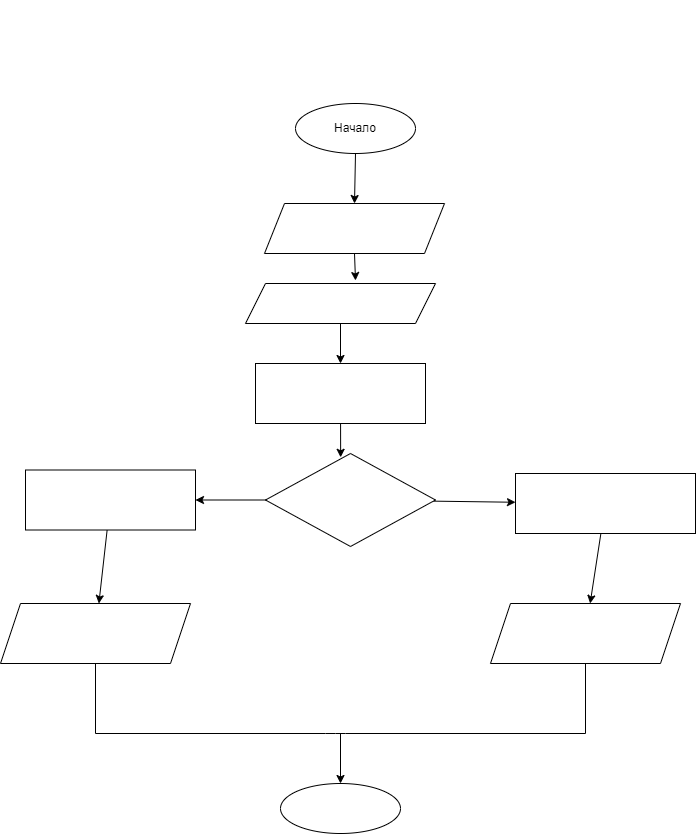
Above: Task15/.drawio.png in Tanyavers/HW (draw.io), before the change. Source tidied: cells renumbered, new cells last; positions are measured from the earlier drawing's top-left corner, leaving out a move shared by most shapes. The source it was exported from:
```xml
<mxGraphModel>
  <root>
    <mxCell id="0" />
    <mxCell id="1" parent="0" />
    <mxCell id="2" value="&lt;div style=&quot;font-family: &amp;#34;consolas&amp;#34; , &amp;#34;courier new&amp;#34; , monospace ; font-size: 14px ; line-height: 19px&quot;&gt;&lt;div style=&quot;font-family: &amp;#34;consolas&amp;#34; , &amp;#34;courier new&amp;#34; , monospace ; line-height: 19px&quot;&gt;&lt;font color=&quot;#ffffff&quot;&gt;Задача 15: Напишите программу, которая принимает на вход цифру, обозначающую день недели, и проверяет, является ли этот день выходным.&lt;/font&gt;&lt;/div&gt;&lt;/div&gt;" style="text;html=1;strokeColor=none;fillColor=none;align=center;verticalAlign=middle;whiteSpace=wrap;rounded=0;" parent="1" vertex="1">
      <mxGeometry x="155" width="390" height="30" as="geometry" />
    </mxCell>
    <mxCell id="3" style="edgeStyle=none;html=1;exitX=0.5;exitY=1;exitDx=0;exitDy=0;entryX=0.5;entryY=0;entryDx=0;entryDy=0;fontColor=#FFFFFF;" parent="1" edge="1" source="4" target="6">
      <mxGeometry relative="1" as="geometry" />
    </mxCell>
    <mxCell id="4" value="Начало" style="ellipse;whiteSpace=wrap;html=1;" parent="1" vertex="1">
      <mxGeometry x="295" y="90" width="120" height="50" as="geometry" />
    </mxCell>
    <mxCell id="5" style="edgeStyle=none;html=1;exitX=0.5;exitY=1;exitDx=0;exitDy=0;entryX=0.579;entryY=-0.075;entryDx=0;entryDy=0;entryPerimeter=0;fontColor=#FFFFFF;" parent="1" edge="1" source="6" target="8">
      <mxGeometry relative="1" as="geometry" />
    </mxCell>
    <mxCell id="6" value="&lt;font color=&quot;#ffffff&quot;&gt;Вывод&lt;br&gt;Введите цифру&lt;/font&gt;" style="shape=parallelogram;perimeter=parallelogramPerimeter;whiteSpace=wrap;html=1;fixedSize=1;" parent="1" vertex="1">
      <mxGeometry x="264" y="190" width="180" height="50" as="geometry" />
    </mxCell>
    <mxCell id="7" style="edgeStyle=none;html=1;exitX=0.5;exitY=1;exitDx=0;exitDy=0;entryX=0.5;entryY=0;entryDx=0;entryDy=0;fontColor=#FFFFFF;" parent="1" edge="1" source="8" target="10">
      <mxGeometry relative="1" as="geometry" />
    </mxCell>
    <mxCell id="8" value="Ввод&lt;br&gt;a" style="shape=parallelogram;perimeter=parallelogramPerimeter;whiteSpace=wrap;html=1;fixedSize=1;labelBackgroundColor=none;fontColor=#FFFFFF;" parent="1" vertex="1">
      <mxGeometry x="245" y="270" width="190" height="40" as="geometry" />
    </mxCell>
    <mxCell id="9" style="edgeStyle=none;html=1;entryX=0.442;entryY=0.041;entryDx=0;entryDy=0;entryPerimeter=0;fontColor=#FFFFFF;" parent="1" edge="1" source="10" target="15">
      <mxGeometry relative="1" as="geometry" />
    </mxCell>
    <mxCell id="10" value="&lt;div style=&quot;font-family: &amp;#34;consolas&amp;#34; , &amp;#34;courier new&amp;#34; , monospace ; font-size: 14px ; line-height: 19px&quot;&gt;b = int.Parse(a)&lt;/div&gt;" style="rounded=0;whiteSpace=wrap;html=1;labelBackgroundColor=none;fontColor=#FFFFFF;" parent="1" vertex="1">
      <mxGeometry x="255" y="350" width="170" height="60" as="geometry" />
    </mxCell>
    <mxCell id="11" value="Вывод&lt;br&gt;c" style="shape=parallelogram;perimeter=parallelogramPerimeter;whiteSpace=wrap;html=1;fixedSize=1;labelBackgroundColor=none;fontColor=#FFFFFF;" parent="1" vertex="1">
      <mxGeometry y="590" width="190" height="60" as="geometry" />
    </mxCell>
    <mxCell id="12" value="Конец" style="ellipse;whiteSpace=wrap;html=1;labelBackgroundColor=none;fontColor=#FFFFFF;" parent="1" vertex="1">
      <mxGeometry x="280" y="770" width="120" height="50" as="geometry" />
    </mxCell>
    <mxCell id="13" style="edgeStyle=none;html=1;entryX=1;entryY=0.5;entryDx=0;entryDy=0;fontColor=#FFFFFF;" parent="1" edge="1" source="15" target="19">
      <mxGeometry relative="1" as="geometry" />
    </mxCell>
    <mxCell id="14" style="edgeStyle=none;html=1;fontColor=#FFFFFF;" parent="1" edge="1" source="15" target="22">
      <mxGeometry relative="1" as="geometry" />
    </mxCell>
    <mxCell id="15" value="&lt;div style=&quot;font-family: &amp;#34;consolas&amp;#34; , &amp;#34;courier new&amp;#34; , monospace ; font-size: 14px ; line-height: 19px&quot;&gt;&lt;div style=&quot;font-family: &amp;#34;consolas&amp;#34; , &amp;#34;courier new&amp;#34; , monospace ; line-height: 19px&quot;&gt;&lt;font color=&quot;#ffffff&quot;&gt;b=6 or b=7&lt;/font&gt;&lt;/div&gt;&lt;/div&gt;" style="rhombus;whiteSpace=wrap;html=1;" parent="1" vertex="1">
      <mxGeometry x="265" y="440" width="170" height="93" as="geometry" />
    </mxCell>
    <mxCell id="16" value="Yes" style="text;html=1;strokeColor=none;fillColor=none;align=center;verticalAlign=middle;whiteSpace=wrap;rounded=0;labelBackgroundColor=none;fontColor=#FFFFFF;" parent="1" vertex="1">
      <mxGeometry x="235" y="435" width="60" height="30" as="geometry" />
    </mxCell>
    <mxCell id="17" value="No" style="text;html=1;align=center;verticalAlign=middle;strokeColor=none;fillColor=none;fontColor=#FFFFFF;" parent="1" vertex="1">
      <mxGeometry x="415" y="440" width="30" height="20" as="geometry" />
    </mxCell>
    <mxCell id="18" style="edgeStyle=none;html=1;fontColor=#FFFFFF;" parent="1" edge="1" source="19" target="11">
      <mxGeometry relative="1" as="geometry" />
    </mxCell>
    <mxCell id="19" value="&lt;div style=&quot;font-family: &amp;#34;consolas&amp;#34; , &amp;#34;courier new&amp;#34; , monospace ; font-size: 14px ; line-height: 19px&quot;&gt;&lt;div style=&quot;font-family: &amp;#34;consolas&amp;#34; , &amp;#34;courier new&amp;#34; , monospace ; line-height: 19px&quot;&gt;string c = a+&quot; -&amp;gt; Да&quot;&lt;/div&gt;&lt;/div&gt;" style="rounded=0;whiteSpace=wrap;html=1;labelBackgroundColor=none;fontColor=#FFFFFF;" parent="1" vertex="1">
      <mxGeometry x="25" y="456.5" width="170" height="60" as="geometry" />
    </mxCell>
    <mxCell id="20" value="Вывод&lt;br&gt;c" style="shape=parallelogram;perimeter=parallelogramPerimeter;whiteSpace=wrap;html=1;fixedSize=1;labelBackgroundColor=none;fontColor=#FFFFFF;" parent="1" vertex="1">
      <mxGeometry x="490" y="590" width="190" height="60" as="geometry" />
    </mxCell>
    <mxCell id="21" style="edgeStyle=none;html=1;fontColor=#FFFFFF;" parent="1" edge="1" source="22" target="20">
      <mxGeometry relative="1" as="geometry" />
    </mxCell>
    <mxCell id="22" value="&lt;div style=&quot;font-family: &amp;#34;consolas&amp;#34; , &amp;#34;courier new&amp;#34; , monospace ; font-size: 14px ; line-height: 19px&quot;&gt;&lt;div style=&quot;font-family: &amp;#34;consolas&amp;#34; , &amp;#34;courier new&amp;#34; , monospace ; line-height: 19px&quot;&gt;&lt;div style=&quot;font-family: &amp;#34;consolas&amp;#34; , &amp;#34;courier new&amp;#34; , monospace ; line-height: 19px&quot;&gt;string c = a+&quot; -&amp;gt; Нет&quot;&lt;/div&gt;&lt;/div&gt;&lt;/div&gt;" style="rounded=0;whiteSpace=wrap;html=1;labelBackgroundColor=none;fontColor=#FFFFFF;" parent="1" vertex="1">
      <mxGeometry x="515" y="460" width="180" height="60" as="geometry" />
    </mxCell>
    <mxCell id="23" style="endArrow=none;html=1;fontColor=#FFFFFF;entryX=0.5;entryY=1;entryDx=0;entryDy=0;" parent="1" edge="1" target="11">
      <mxGeometry relative="1" as="geometry">
        <mxPoint x="95" y="720" as="sourcePoint" />
      </mxGeometry>
    </mxCell>
    <mxCell id="24" style="endArrow=none;html=1;fontColor=#FFFFFF;entryX=0.5;entryY=1;entryDx=0;entryDy=0;" parent="1" edge="1" target="20">
      <mxGeometry relative="1" as="geometry">
        <mxPoint x="585" y="720" as="sourcePoint" />
      </mxGeometry>
    </mxCell>
    <mxCell id="25" style="endArrow=none;html=1;fontColor=#FFFFFF;" parent="1" edge="1">
      <mxGeometry relative="1" as="geometry">
        <mxPoint x="95" y="720" as="sourcePoint" />
        <mxPoint x="585" y="720" as="targetPoint" />
        <Array as="points">
          <mxPoint x="335" y="720" />
        </Array>
      </mxGeometry>
    </mxCell>
    <mxCell id="26" style="endArrow=classic;html=1;fontColor=#FFFFFF;entryX=0.5;entryY=0;entryDx=0;entryDy=0;" parent="1" edge="1" target="12">
      <mxGeometry relative="1" as="geometry">
        <mxPoint x="340" y="720" as="sourcePoint" />
      </mxGeometry>
    </mxCell>
  </root>
</mxGraphModel>
```
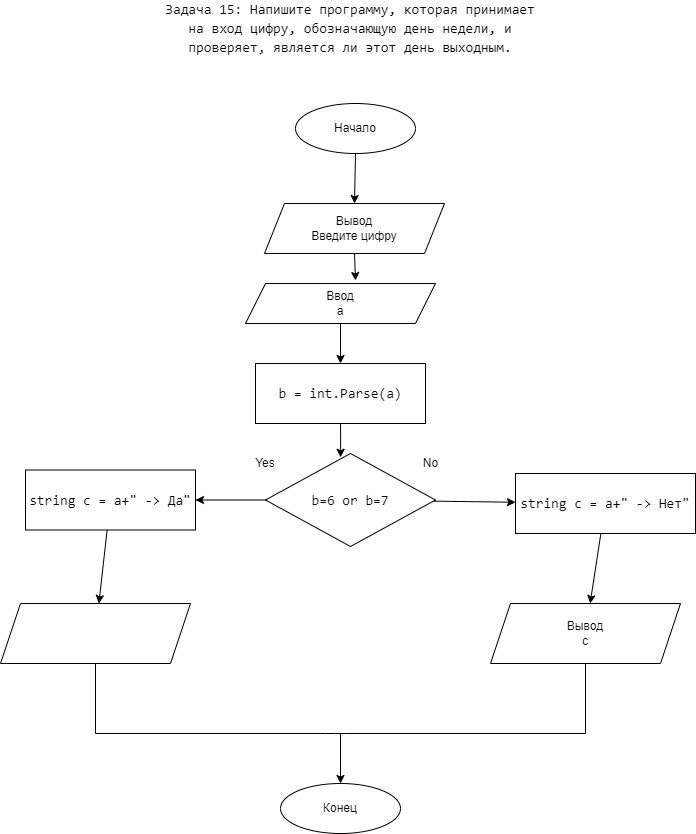
The same file after the commit.

Diff of the diagram source:
```diff
@@ -2,80 +2,80 @@
   <root>
     <mxCell id="0" />
     <mxCell id="1" parent="0" />
-    <mxCell id="2" value="&lt;div style=&quot;font-family: &amp;#34;consolas&amp;#34; , &amp;#34;courier new&amp;#34; , monospace ; font-size: 14px ; line-height: 19px&quot;&gt;&lt;div style=&quot;font-family: &amp;#34;consolas&amp;#34; , &amp;#34;courier new&amp;#34; , monospace ; line-height: 19px&quot;&gt;&lt;font color=&quot;#ffffff&quot;&gt;Задача 15: Напишите программу, которая принимает на вход цифру, обозначающую день недели, и проверяет, является ли этот день выходным.&lt;/font&gt;&lt;/div&gt;&lt;/div&gt;" style="text;html=1;strokeColor=none;fillColor=none;align=center;verticalAlign=middle;whiteSpace=wrap;rounded=0;" parent="1" vertex="1">
+    <mxCell id="2" value="&lt;div style=&quot;font-family: &amp;quot;consolas&amp;quot; , &amp;quot;courier new&amp;quot; , monospace ; font-size: 14px ; line-height: 19px&quot;&gt;&lt;div style=&quot;font-family: &amp;quot;consolas&amp;quot; , &amp;quot;courier new&amp;quot; , monospace ; line-height: 19px&quot;&gt;&lt;font&gt;Задача 15: Напишите программу, которая принимает на вход цифру, обозначающую день недели, и проверяет, является ли этот день выходным.&lt;/font&gt;&lt;/div&gt;&lt;/div&gt;" style="text;html=1;strokeColor=none;fillColor=none;align=center;verticalAlign=middle;whiteSpace=wrap;rounded=0;fontColor=#000000;" parent="1" vertex="1">
       <mxGeometry x="155" width="390" height="30" as="geometry" />
     </mxCell>
-    <mxCell id="3" style="edgeStyle=none;html=1;exitX=0.5;exitY=1;exitDx=0;exitDy=0;entryX=0.5;entryY=0;entryDx=0;entryDy=0;fontColor=#FFFFFF;" parent="1" edge="1" source="4" target="6">
+    <mxCell id="3" style="edgeStyle=none;html=1;exitX=0.5;exitY=1;exitDx=0;exitDy=0;entryX=0.5;entryY=0;entryDx=0;entryDy=0;fontColor=#000000;" parent="1" edge="1" source="4" target="6">
       <mxGeometry relative="1" as="geometry" />
     </mxCell>
-    <mxCell id="4" value="Начало" style="ellipse;whiteSpace=wrap;html=1;" parent="1" vertex="1">
+    <mxCell id="4" value="Начало" style="ellipse;whiteSpace=wrap;html=1;fontColor=#000000;" parent="1" vertex="1">
       <mxGeometry x="295" y="90" width="120" height="50" as="geometry" />
     </mxCell>
-    <mxCell id="5" style="edgeStyle=none;html=1;exitX=0.5;exitY=1;exitDx=0;exitDy=0;entryX=0.579;entryY=-0.075;entryDx=0;entryDy=0;entryPerimeter=0;fontColor=#FFFFFF;" parent="1" edge="1" source="6" target="8">
+    <mxCell id="5" style="edgeStyle=none;html=1;exitX=0.5;exitY=1;exitDx=0;exitDy=0;entryX=0.579;entryY=-0.075;entryDx=0;entryDy=0;entryPerimeter=0;fontColor=#000000;" parent="1" edge="1" source="6" target="8">
       <mxGeometry relative="1" as="geometry" />
     </mxCell>
-    <mxCell id="6" value="&lt;font color=&quot;#ffffff&quot;&gt;Вывод&lt;br&gt;Введите цифру&lt;/font&gt;" style="shape=parallelogram;perimeter=parallelogramPerimeter;whiteSpace=wrap;html=1;fixedSize=1;" parent="1" vertex="1">
+    <mxCell id="6" value="&lt;font&gt;Вывод&lt;br&gt;Введите цифру&lt;/font&gt;" style="shape=parallelogram;perimeter=parallelogramPerimeter;whiteSpace=wrap;html=1;fixedSize=1;fontColor=#000000;" parent="1" vertex="1">
       <mxGeometry x="264" y="190" width="180" height="50" as="geometry" />
     </mxCell>
-    <mxCell id="7" style="edgeStyle=none;html=1;exitX=0.5;exitY=1;exitDx=0;exitDy=0;entryX=0.5;entryY=0;entryDx=0;entryDy=0;fontColor=#FFFFFF;" parent="1" edge="1" source="8" target="10">
+    <mxCell id="7" style="edgeStyle=none;html=1;exitX=0.5;exitY=1;exitDx=0;exitDy=0;entryX=0.5;entryY=0;entryDx=0;entryDy=0;fontColor=#000000;" parent="1" edge="1" source="8" target="10">
       <mxGeometry relative="1" as="geometry" />
     </mxCell>
-    <mxCell id="8" value="Ввод&lt;br&gt;a" style="shape=parallelogram;perimeter=parallelogramPerimeter;whiteSpace=wrap;html=1;fixedSize=1;labelBackgroundColor=none;fontColor=#FFFFFF;" parent="1" vertex="1">
+    <mxCell id="8" value="Ввод&lt;br&gt;a" style="shape=parallelogram;perimeter=parallelogramPerimeter;whiteSpace=wrap;html=1;fixedSize=1;labelBackgroundColor=none;fontColor=#000000;" parent="1" vertex="1">
       <mxGeometry x="245" y="270" width="190" height="40" as="geometry" />
     </mxCell>
-    <mxCell id="9" style="edgeStyle=none;html=1;entryX=0.442;entryY=0.041;entryDx=0;entryDy=0;entryPerimeter=0;fontColor=#FFFFFF;" parent="1" edge="1" source="10" target="15">
+    <mxCell id="9" style="edgeStyle=none;html=1;entryX=0.442;entryY=0.041;entryDx=0;entryDy=0;entryPerimeter=0;fontColor=#000000;" parent="1" edge="1" source="10" target="15">
       <mxGeometry relative="1" as="geometry" />
     </mxCell>
-    <mxCell id="10" value="&lt;div style=&quot;font-family: &amp;#34;consolas&amp;#34; , &amp;#34;courier new&amp;#34; , monospace ; font-size: 14px ; line-height: 19px&quot;&gt;b = int.Parse(a)&lt;/div&gt;" style="rounded=0;whiteSpace=wrap;html=1;labelBackgroundColor=none;fontColor=#FFFFFF;" parent="1" vertex="1">
+    <mxCell id="10" value="&lt;div style=&quot;font-family: &amp;quot;consolas&amp;quot; , &amp;quot;courier new&amp;quot; , monospace ; font-size: 14px ; line-height: 19px&quot;&gt;b = int.Parse(a)&lt;/div&gt;" style="rounded=0;whiteSpace=wrap;html=1;labelBackgroundColor=none;fontColor=#000000;" parent="1" vertex="1">
       <mxGeometry x="255" y="350" width="170" height="60" as="geometry" />
     </mxCell>
     <mxCell id="11" value="Вывод&lt;br&gt;c" style="shape=parallelogram;perimeter=parallelogramPerimeter;whiteSpace=wrap;html=1;fixedSize=1;labelBackgroundColor=none;fontColor=#FFFFFF;" parent="1" vertex="1">
       <mxGeometry y="590" width="190" height="60" as="geometry" />
     </mxCell>
-    <mxCell id="12" value="Конец" style="ellipse;whiteSpace=wrap;html=1;labelBackgroundColor=none;fontColor=#FFFFFF;" parent="1" vertex="1">
+    <mxCell id="12" value="Конец" style="ellipse;whiteSpace=wrap;html=1;labelBackgroundColor=none;fontColor=#000000;" parent="1" vertex="1">
       <mxGeometry x="280" y="770" width="120" height="50" as="geometry" />
     </mxCell>
-    <mxCell id="13" style="edgeStyle=none;html=1;entryX=1;entryY=0.5;entryDx=0;entryDy=0;fontColor=#FFFFFF;" parent="1" edge="1" source="15" target="19">
+    <mxCell id="13" style="edgeStyle=none;html=1;entryX=1;entryY=0.5;entryDx=0;entryDy=0;fontColor=#000000;" parent="1" edge="1" source="15" target="19">
       <mxGeometry relative="1" as="geometry" />
     </mxCell>
-    <mxCell id="14" style="edgeStyle=none;html=1;fontColor=#FFFFFF;" parent="1" edge="1" source="15" target="22">
+    <mxCell id="14" style="edgeStyle=none;html=1;fontColor=#000000;" parent="1" edge="1" source="15" target="22">
       <mxGeometry relative="1" as="geometry" />
     </mxCell>
-    <mxCell id="15" value="&lt;div style=&quot;font-family: &amp;#34;consolas&amp;#34; , &amp;#34;courier new&amp;#34; , monospace ; font-size: 14px ; line-height: 19px&quot;&gt;&lt;div style=&quot;font-family: &amp;#34;consolas&amp;#34; , &amp;#34;courier new&amp;#34; , monospace ; line-height: 19px&quot;&gt;&lt;font color=&quot;#ffffff&quot;&gt;b=6 or b=7&lt;/font&gt;&lt;/div&gt;&lt;/div&gt;" style="rhombus;whiteSpace=wrap;html=1;" parent="1" vertex="1">
+    <mxCell id="15" value="&lt;div style=&quot;font-family: &amp;quot;consolas&amp;quot; , &amp;quot;courier new&amp;quot; , monospace ; font-size: 14px ; line-height: 19px&quot;&gt;&lt;div style=&quot;font-family: &amp;quot;consolas&amp;quot; , &amp;quot;courier new&amp;quot; , monospace ; line-height: 19px&quot;&gt;&lt;font&gt;b=6 or b=7&lt;/font&gt;&lt;/div&gt;&lt;/div&gt;" style="rhombus;whiteSpace=wrap;html=1;fontColor=#000000;" parent="1" vertex="1">
       <mxGeometry x="265" y="440" width="170" height="93" as="geometry" />
     </mxCell>
-    <mxCell id="16" value="Yes" style="text;html=1;strokeColor=none;fillColor=none;align=center;verticalAlign=middle;whiteSpace=wrap;rounded=0;labelBackgroundColor=none;fontColor=#FFFFFF;" parent="1" vertex="1">
+    <mxCell id="16" value="Yes" style="text;html=1;strokeColor=none;fillColor=none;align=center;verticalAlign=middle;whiteSpace=wrap;rounded=0;labelBackgroundColor=none;fontColor=#000000;" parent="1" vertex="1">
       <mxGeometry x="235" y="435" width="60" height="30" as="geometry" />
     </mxCell>
-    <mxCell id="17" value="No" style="text;html=1;align=center;verticalAlign=middle;strokeColor=none;fillColor=none;fontColor=#FFFFFF;" parent="1" vertex="1">
+    <mxCell id="17" value="No" style="text;html=1;align=center;verticalAlign=middle;strokeColor=none;fillColor=none;fontColor=#000000;" parent="1" vertex="1">
       <mxGeometry x="415" y="440" width="30" height="20" as="geometry" />
     </mxCell>
-    <mxCell id="18" style="edgeStyle=none;html=1;fontColor=#FFFFFF;" parent="1" edge="1" source="19" target="11">
+    <mxCell id="18" style="edgeStyle=none;html=1;fontColor=#000000;" parent="1" edge="1" source="19" target="11">
       <mxGeometry relative="1" as="geometry" />
     </mxCell>
-    <mxCell id="19" value="&lt;div style=&quot;font-family: &amp;#34;consolas&amp;#34; , &amp;#34;courier new&amp;#34; , monospace ; font-size: 14px ; line-height: 19px&quot;&gt;&lt;div style=&quot;font-family: &amp;#34;consolas&amp;#34; , &amp;#34;courier new&amp;#34; , monospace ; line-height: 19px&quot;&gt;string c = a+&quot; -&amp;gt; Да&quot;&lt;/div&gt;&lt;/div&gt;" style="rounded=0;whiteSpace=wrap;html=1;labelBackgroundColor=none;fontColor=#FFFFFF;" parent="1" vertex="1">
+    <mxCell id="19" value="&lt;div style=&quot;font-family: &amp;quot;consolas&amp;quot; , &amp;quot;courier new&amp;quot; , monospace ; font-size: 14px ; line-height: 19px&quot;&gt;&lt;div style=&quot;font-family: &amp;quot;consolas&amp;quot; , &amp;quot;courier new&amp;quot; , monospace ; line-height: 19px&quot;&gt;string c = a+&quot; -&amp;gt; Да&quot;&lt;/div&gt;&lt;/div&gt;" style="rounded=0;whiteSpace=wrap;html=1;labelBackgroundColor=none;fontColor=#000000;" parent="1" vertex="1">
       <mxGeometry x="25" y="456.5" width="170" height="60" as="geometry" />
     </mxCell>
-    <mxCell id="20" value="Вывод&lt;br&gt;c" style="shape=parallelogram;perimeter=parallelogramPerimeter;whiteSpace=wrap;html=1;fixedSize=1;labelBackgroundColor=none;fontColor=#FFFFFF;" parent="1" vertex="1">
+    <mxCell id="20" value="Вывод&lt;br&gt;c" style="shape=parallelogram;perimeter=parallelogramPerimeter;whiteSpace=wrap;html=1;fixedSize=1;labelBackgroundColor=none;fontColor=#000000;" parent="1" vertex="1">
       <mxGeometry x="490" y="590" width="190" height="60" as="geometry" />
     </mxCell>
-    <mxCell id="21" style="edgeStyle=none;html=1;fontColor=#FFFFFF;" parent="1" edge="1" source="22" target="20">
+    <mxCell id="21" style="edgeStyle=none;html=1;fontColor=#000000;" parent="1" edge="1" source="22" target="20">
       <mxGeometry relative="1" as="geometry" />
     </mxCell>
-    <mxCell id="22" value="&lt;div style=&quot;font-family: &amp;#34;consolas&amp;#34; , &amp;#34;courier new&amp;#34; , monospace ; font-size: 14px ; line-height: 19px&quot;&gt;&lt;div style=&quot;font-family: &amp;#34;consolas&amp;#34; , &amp;#34;courier new&amp;#34; , monospace ; line-height: 19px&quot;&gt;&lt;div style=&quot;font-family: &amp;#34;consolas&amp;#34; , &amp;#34;courier new&amp;#34; , monospace ; line-height: 19px&quot;&gt;string c = a+&quot; -&amp;gt; Нет&quot;&lt;/div&gt;&lt;/div&gt;&lt;/div&gt;" style="rounded=0;whiteSpace=wrap;html=1;labelBackgroundColor=none;fontColor=#FFFFFF;" parent="1" vertex="1">
+    <mxCell id="22" value="&lt;div style=&quot;font-family: &amp;quot;consolas&amp;quot; , &amp;quot;courier new&amp;quot; , monospace ; font-size: 14px ; line-height: 19px&quot;&gt;&lt;div style=&quot;font-family: &amp;quot;consolas&amp;quot; , &amp;quot;courier new&amp;quot; , monospace ; line-height: 19px&quot;&gt;&lt;div style=&quot;font-family: &amp;quot;consolas&amp;quot; , &amp;quot;courier new&amp;quot; , monospace ; line-height: 19px&quot;&gt;string c = a+&quot; -&amp;gt; Нет&quot;&lt;/div&gt;&lt;/div&gt;&lt;/div&gt;" style="rounded=0;whiteSpace=wrap;html=1;labelBackgroundColor=none;fontColor=#000000;" parent="1" vertex="1">
       <mxGeometry x="515" y="460" width="180" height="60" as="geometry" />
     </mxCell>
-    <mxCell id="23" style="endArrow=none;html=1;fontColor=#FFFFFF;entryX=0.5;entryY=1;entryDx=0;entryDy=0;" parent="1" edge="1" target="11">
+    <mxCell id="23" style="endArrow=none;html=1;fontColor=#000000;entryX=0.5;entryY=1;entryDx=0;entryDy=0;" parent="1" edge="1" target="11">
       <mxGeometry relative="1" as="geometry">
         <mxPoint x="95" y="720" as="sourcePoint" />
       </mxGeometry>
     </mxCell>
-    <mxCell id="24" style="endArrow=none;html=1;fontColor=#FFFFFF;entryX=0.5;entryY=1;entryDx=0;entryDy=0;" parent="1" edge="1" target="20">
+    <mxCell id="24" style="endArrow=none;html=1;fontColor=#000000;entryX=0.5;entryY=1;entryDx=0;entryDy=0;" parent="1" edge="1" target="20">
       <mxGeometry relative="1" as="geometry">
         <mxPoint x="585" y="720" as="sourcePoint" />
       </mxGeometry>
     </mxCell>
-    <mxCell id="25" style="endArrow=none;html=1;fontColor=#FFFFFF;" parent="1" edge="1">
+    <mxCell id="25" style="endArrow=none;html=1;fontColor=#000000;" parent="1" edge="1">
       <mxGeometry relative="1" as="geometry">
         <mxPoint x="95" y="720" as="sourcePoint" />
         <mxPoint x="585" y="720" as="targetPoint" />
@@ -84,7 +84,7 @@
         </Array>
       </mxGeometry>
     </mxCell>
-    <mxCell id="26" style="endArrow=classic;html=1;fontColor=#FFFFFF;entryX=0.5;entryY=0;entryDx=0;entryDy=0;" parent="1" edge="1" target="12">
+    <mxCell id="26" style="endArrow=classic;html=1;fontColor=#000000;entryX=0.5;entryY=0;entryDx=0;entryDy=0;" parent="1" edge="1" target="12">
       <mxGeometry relative="1" as="geometry">
         <mxPoint x="340" y="720" as="sourcePoint" />
       </mxGeometry>
```
